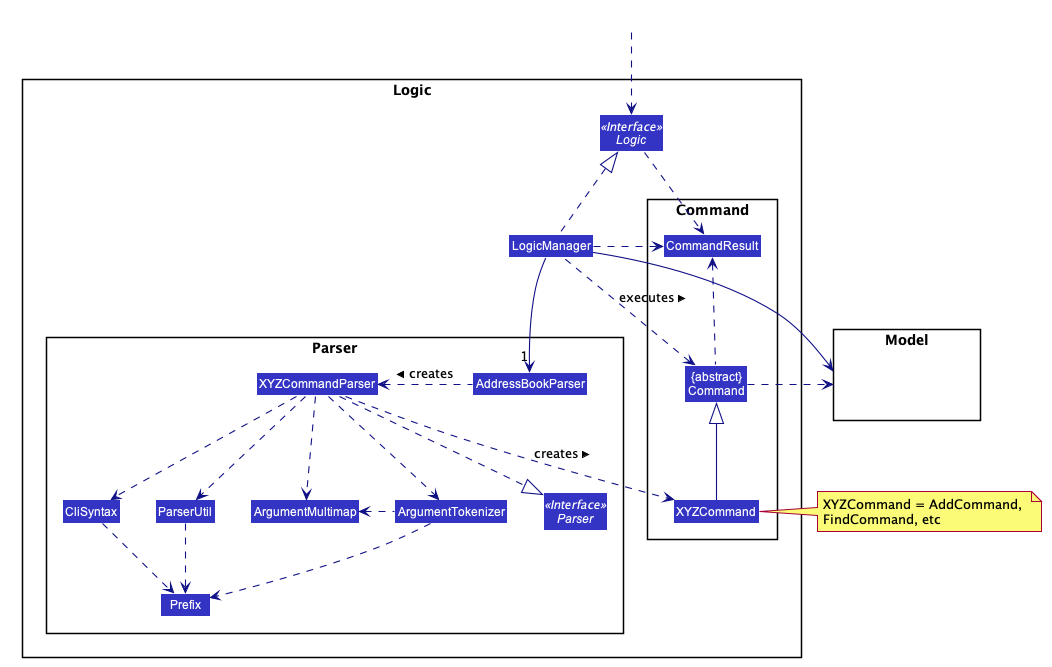
Above: docs/images/CorrectionEngineClassDiagram.png in nus-cs2103-AY1920S2/addressbook-level3 (PlantUML), before the change. Its diagram source:
```plantuml
@startuml








skinparam BackgroundColor #FFFFFFF

skinparam Shadowing false

skinparam Class {
    FontColor #FFFFFF
    BorderThickness 1
    BorderColor #FFFFFF
    StereotypeFontColor #FFFFFF
    FontName Arial
}

skinparam Actor {
    BorderColor #000000
    Color #000000
    FontName Arial
}

skinparam Sequence {
    MessageAlign center
    BoxFontSize 15
    BoxPadding 0
    BoxFontColor #FFFFFF
    FontName Arial
}

skinparam Participant {
    FontColor #FFFFFFF
    Padding 20
}

skinparam MinClassWidth 50
skinparam ParticipantPadding 10
skinparam Shadowing false
skinparam DefaultTextAlignment center
skinparam packageStyle Rectangle

hide footbox
hide members
hide circle
skinparam arrowThickness 1.1
skinparam arrowColor #101086
skinparam classBackgroundColor #3333C4

package Logic {

package Parser {
Interface Parser <<Interface>>
Class AddressBookParser
Class XYZCommandParser
Class CliSyntax
Class ParserUtil
Class ArgumentMultimap
Class ArgumentTokenizer
Class Prefix
}

package Command {
Class XYZCommand
Class CommandResult
Class "{abstract}\nCommand" as Command
}

Interface Logic <<Interface>>
Class LogicManager
}

package Model{
Class HiddenModel #FFFFFF
}

Class HiddenOutside #FFFFFF
HiddenOutside ..> Logic

LogicManager .up.|> Logic
LogicManager -->"1" AddressBookParser
AddressBookParser .left.> XYZCommandParser: creates >

XYZCommandParser ..> XYZCommand : creates >
XYZCommandParser ..|> Parser
XYZCommandParser ..> ArgumentMultimap
XYZCommandParser ..> ArgumentTokenizer
ArgumentTokenizer .left.> ArgumentMultimap
XYZCommandParser ..> CliSyntax
CliSyntax ..> Prefix
XYZCommandParser ..> ParserUtil
ParserUtil .down.> Prefix
ArgumentTokenizer .down.> Prefix
XYZCommand -up-|> Command
LogicManager .left.> Command : executes >

LogicManager --> Model
Command .right.> Model
note right of XYZCommand: XYZCommand = AddCommand, \nFindCommand, etc

Logic ..> CommandResult
LogicManager .down.> CommandResult
Command .up.> CommandResult
CommandResult -[hidden]-> Parser
@enduml
```
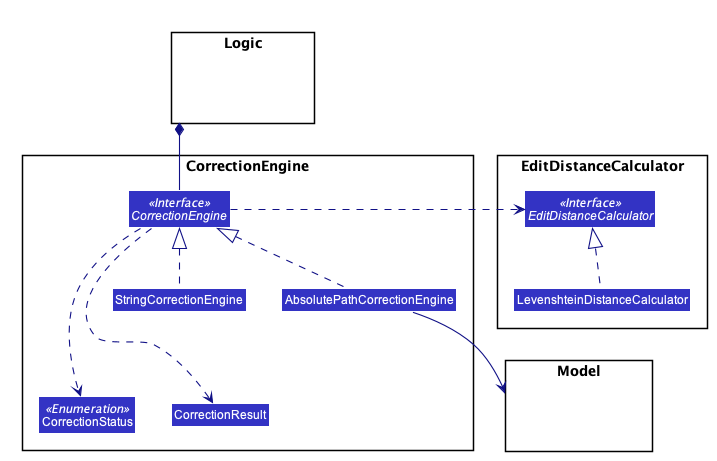
The same file after the commit.

What changed in the source:
```diff
@@ -1,4 +1,5 @@
 @startuml
+
 
 
 
@@ -51,59 +52,37 @@
 skinparam arrowColor #101086
 skinparam classBackgroundColor #3333C4
 
-package Logic {
-
-package Parser {
-Interface Parser <<Interface>>
-Class AddressBookParser
-Class XYZCommandParser
-Class CliSyntax
-Class ParserUtil
-Class ArgumentMultimap
-Class ArgumentTokenizer
-Class Prefix
+package CorrectionEngine {
+Interface CorrectionEngine <<Interface>>
+Enum CorrectionStatus <<Enumeration>>
+Class CorrectionResult
+Class StringCorrectionEngine
+Class AbsolutePathCorrectionEngine
 }
 
-package Command {
-Class XYZCommand
-Class CommandResult
-Class "{abstract}\nCommand" as Command
+package EditDistanceCalculator {
+Interface EditDistanceCalculator <<Interface>>
+Class LevenshteinDistanceCalculator
 }
 
-Interface Logic <<Interface>>
-Class LogicManager
+package Logic {
+Class HiddenLogic #FFFFFF
 }
 
-package Model{
+package Model {
 Class HiddenModel #FFFFFF
 }
 
-Class HiddenOutside #FFFFFF
-HiddenOutside ..> Logic
+StringCorrectionEngine .up.|> CorrectionEngine
+AbsolutePathCorrectionEngine .up.|> CorrectionEngine
+CorrectionEngine ...> CorrectionResult
+CorrectionEngine ...> CorrectionStatus
 
-LogicManager .up.|> Logic
-LogicManager -->"1" AddressBookParser
-AddressBookParser .left.> XYZCommandParser: creates >
+LevenshteinDistanceCalculator .up.|> EditDistanceCalculator
 
-XYZCommandParser ..> XYZCommand : creates >
-XYZCommandParser ..|> Parser
-XYZCommandParser ..> ArgumentMultimap
-XYZCommandParser ..> ArgumentTokenizer
-ArgumentTokenizer .left.> ArgumentMultimap
-XYZCommandParser ..> CliSyntax
-CliSyntax ..> Prefix
-XYZCommandParser ..> ParserUtil
-ParserUtil .down.> Prefix
-ArgumentTokenizer .down.> Prefix
-XYZCommand -up-|> Command
-LogicManager .left.> Command : executes >
+CorrectionEngine .right.> EditDistanceCalculator
 
-LogicManager --> Model
-Command .right.> Model
-note right of XYZCommand: XYZCommand = AddCommand, \nFindCommand, etc
+Logic *-- CorrectionEngine
+AbsolutePathCorrectionEngine --> Model
 
-Logic ..> CommandResult
-LogicManager .down.> CommandResult
-Command .up.> CommandResult
-CommandResult -[hidden]-> Parser
 @enduml
```
